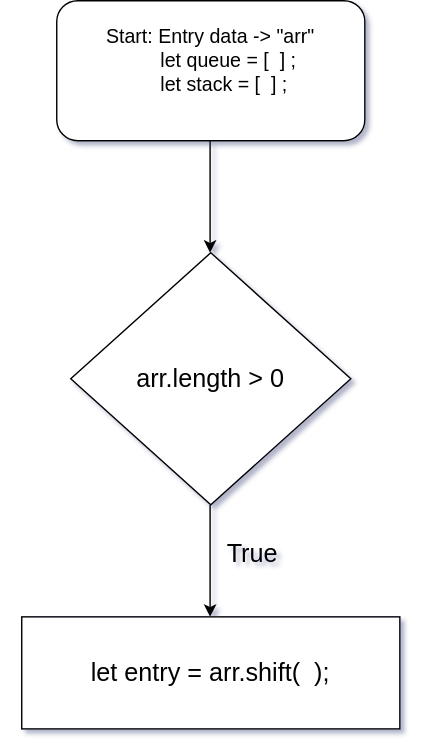
Before: Untitled Diagram.drawio.svg, a diagram exported from draw.io (jcgm3205/jcgm3205). Source tidied: cells renumbered, new cells last; positions are measured from the earlier drawing's top-left corner, leaving out a move shared by most shapes.
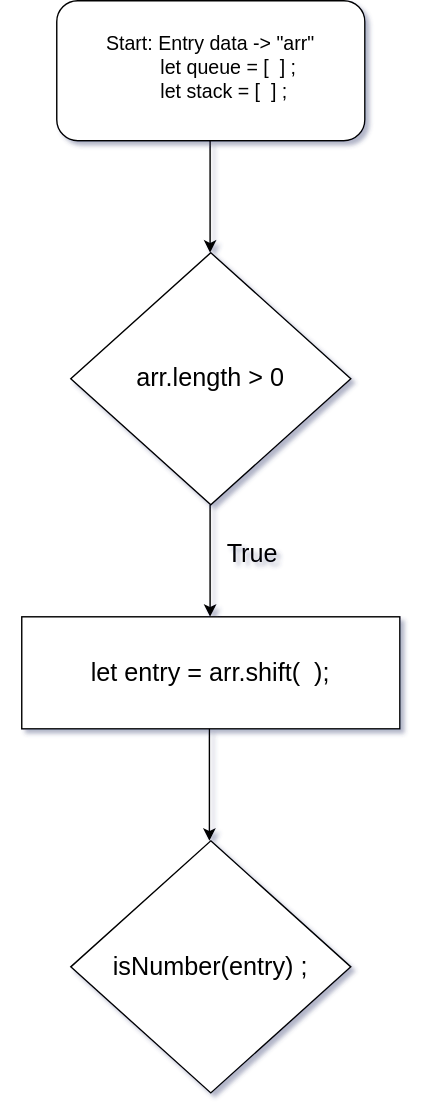
Above is the later version.

Change to the diagram source:
```diff
@@ -6,7 +6,7 @@
       <mxGeometry x="40" width="220" height="100" as="geometry" />
     </mxCell>
     <mxCell id="3" value="&lt;font&gt;&lt;span style=&quot;font-size: 14px&quot;&gt;Start: Entry data -&amp;gt; &quot;arr&quot;&lt;/span&gt;&lt;br&gt;&lt;div style=&quot;text-align: left&quot;&gt;&lt;span style=&quot;font-size: 14px&quot;&gt;&amp;nbsp; &amp;nbsp; &amp;nbsp; &amp;nbsp; &amp;nbsp; let queue = [&amp;nbsp; ] ;&lt;/span&gt;&lt;/div&gt;&lt;div style=&quot;text-align: left&quot;&gt;&lt;span style=&quot;font-size: 14px&quot;&gt;&amp;nbsp; &amp;nbsp; &amp;nbsp; &amp;nbsp; &amp;nbsp; let stack = [&amp;nbsp; ] ;&lt;/span&gt;&lt;/div&gt;&lt;br&gt;&lt;/font&gt;" style="text;html=1;strokeColor=none;fillColor=none;align=center;verticalAlign=middle;whiteSpace=wrap;rounded=0;" parent="1" vertex="1">
-      <mxGeometry width="300" height="100" as="geometry" />
+      <mxGeometry width="300" height="110" as="geometry" />
     </mxCell>
     <mxCell id="4" style="endArrow=classic;html=1;rounded=0;fontSize=14;" parent="1" edge="1">
       <mxGeometry relative="1" as="geometry">
@@ -35,5 +35,17 @@
     <mxCell id="10" value="let entry = arr.shift(&amp;nbsp; );" style="text;html=1;strokeColor=none;fillColor=none;align=center;verticalAlign=middle;whiteSpace=wrap;rounded=0;fontSize=18;" parent="1" vertex="1">
       <mxGeometry x="50" y="450" width="200" height="60" as="geometry" />
     </mxCell>
+    <mxCell id="11" style="endArrow=classic;html=1;rounded=0;fontSize=14;" parent="1" edge="1">
+      <mxGeometry relative="1" as="geometry">
+        <mxPoint x="149" y="520" as="sourcePoint" />
+        <mxPoint x="149" y="600" as="targetPoint" />
+      </mxGeometry>
+    </mxCell>
+    <mxCell id="12" style="rhombus;whiteSpace=wrap;html=1;fontSize=14;" parent="1" vertex="1">
+      <mxGeometry x="50" y="600" width="200" height="180" as="geometry" />
+    </mxCell>
+    <mxCell id="13" value="isNumber(entry) ;" style="text;html=1;strokeColor=none;fillColor=none;align=center;verticalAlign=middle;whiteSpace=wrap;rounded=0;fontSize=18;" parent="1" vertex="1">
+      <mxGeometry x="70" y="640" width="160" height="100" as="geometry" />
+    </mxCell>
   </root>
 </mxGraphModel>
```
